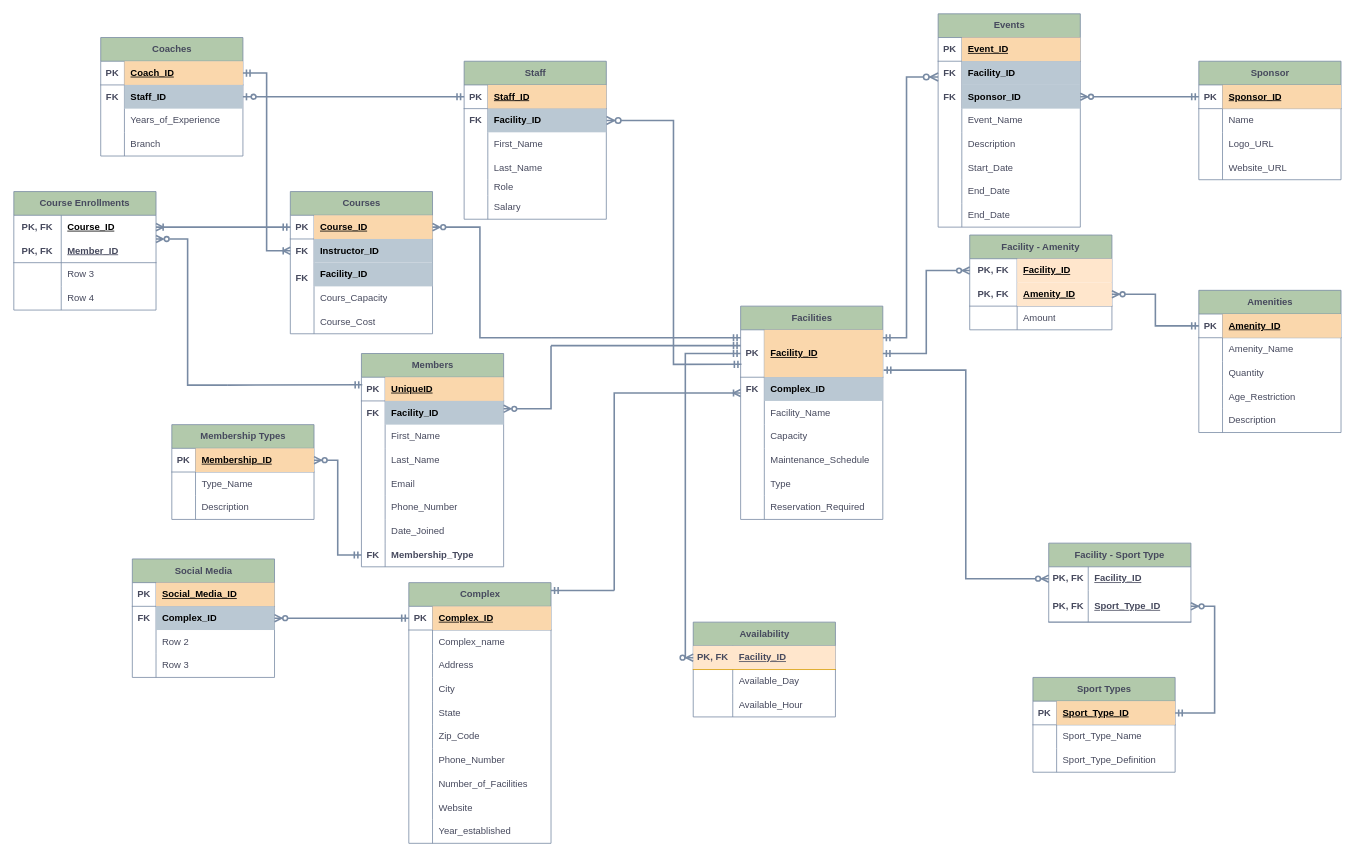
Before: cardinality/cardinality.drawio in PloKoon68/Sport-Complexes-Management-System-Database, a draw.io diagram. Source tidied: cells renumbered, new cells numbered last; positions are measured from the earlier drawing's top-left corner, leaving out a move shared by most shapes. Both pictures are drawn from the tidied source at 79%, with x=0, y=0 at pixel (13, 13).
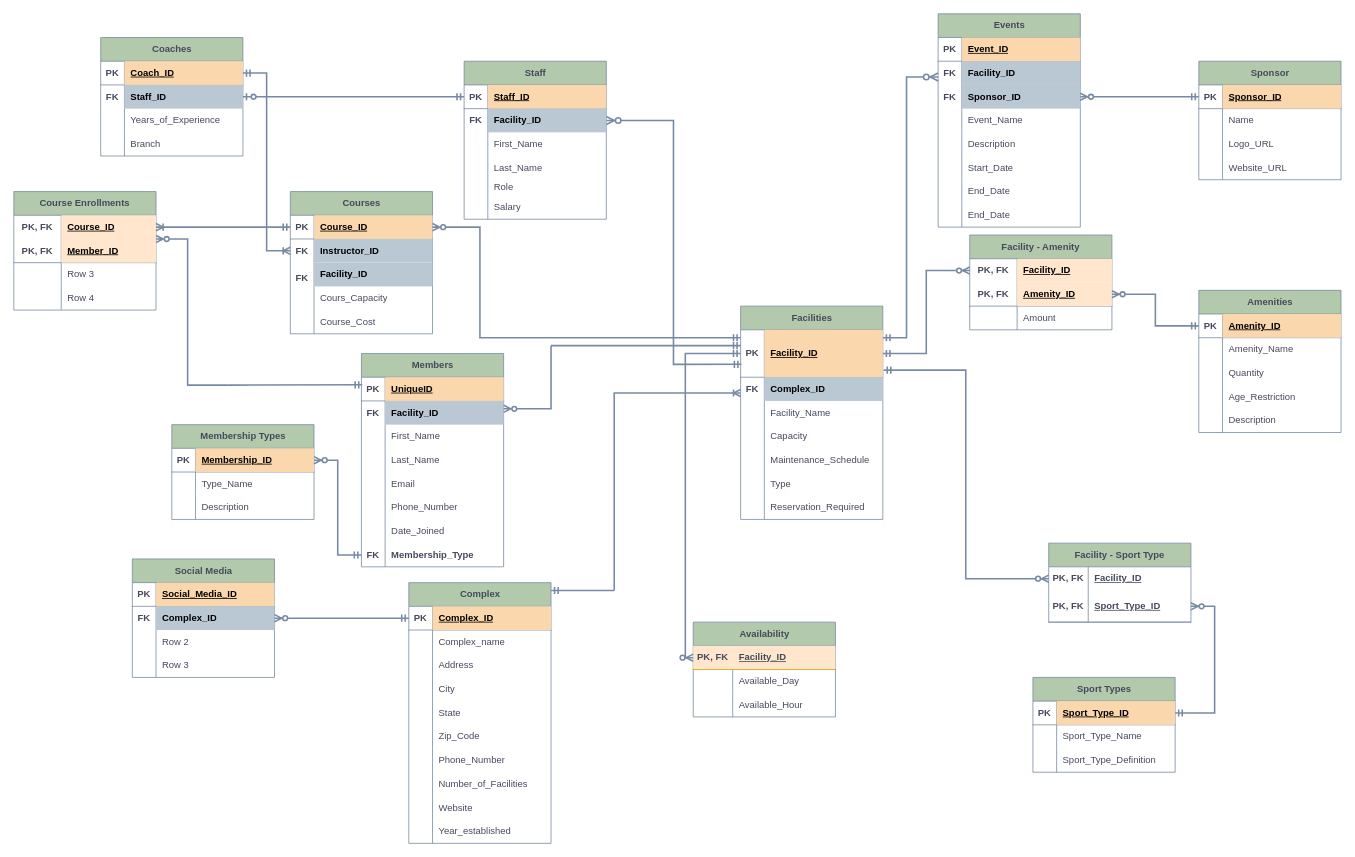
Above is the later version.

The change refers to these unchanged cells:
```xml
<mxCell id="252" style="shape=tableRow;horizontal=0;startSize=0;swimlaneHead=0;swimlaneBody=0;fillColor=none;points=[[0,0.5],[1,0.5]];portConstraint=eastwest;top=0;left=0;right=0;bottom=0;html=1;strokeColor=#788AA3;fontColor=#46495D;labelBackgroundColor=none;" parent="251" vertex="1">
  <mxGeometry y="30" width="180" height="30" as="geometry" />
</mxCell>
<mxCell id="255" style="shape=tableRow;horizontal=0;startSize=0;swimlaneHead=0;swimlaneBody=0;fillColor=none;top=0;left=0;right=0;bottom=1;html=1;strokeColor=#788AA3;fontColor=#46495D;labelBackgroundColor=none;" parent="251" vertex="1">
  <mxGeometry y="60" width="180" height="30" as="geometry" />
</mxCell>
```

The edit, as a diff of the source:
```diff
@@
-    <mxCell id="254" value="Course_ID" style="shape=partialRectangle;top=0;left=0;bottom=0;right=0;align=left;spacingLeft=6;fontStyle=5;overflow=hidden;html=1;whiteSpace=wrap;labelBackgroundColor=none;fillColor=none;" parent="252" vertex="1">
+    <mxCell id="254" value="Course_ID" style="shape=partialRectangle;top=0;left=0;bottom=0;right=0;align=left;spacingLeft=6;fontStyle=5;overflow=hidden;html=1;whiteSpace=wrap;labelBackgroundColor=none;fillColor=#ffe6cc;strokeColor=#d79b00;" parent="252" vertex="1">
       <mxGeometry x="60" width="120" height="30" as="geometry" />
     </mxCell>
@@
-    <mxCell id="257" value="Member_ID" style="shape=partialRectangle;fillColor=none;top=0;left=0;bottom=0;right=0;align=left;spacingLeft=6;fontStyle=5;overflow=hidden;html=1;whiteSpace=wrap;strokeColor=#788AA3;fontColor=#46495D;labelBackgroundColor=none;" parent="255" vertex="1">
+    <mxCell id="257" value="Member_ID" style="shape=partialRectangle;fillColor=#ffe6cc;top=0;left=0;bottom=0;right=0;align=left;spacingLeft=6;fontStyle=5;overflow=hidden;html=1;whiteSpace=wrap;strokeColor=#d79b00;labelBackgroundColor=none;" parent="255" vertex="1">
       <mxGeometry x="60" width="120" height="30" as="geometry" />
     </mxCell>
```
